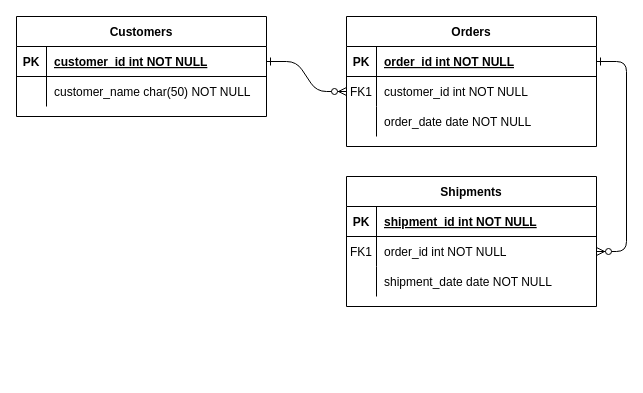
Earlier version of the draw.io diagram Untitled Diagram.drawio (jocamp11/BUS393ERDHW1). Source tidied: cells renumbered, new cells numbered last; positions are measured from the earlier drawing's top-left corner, leaving out a move shared by most shapes. Both pictures are drawn from the tidied source at 100%, with x=0, y=0 at pixel (16, 16).
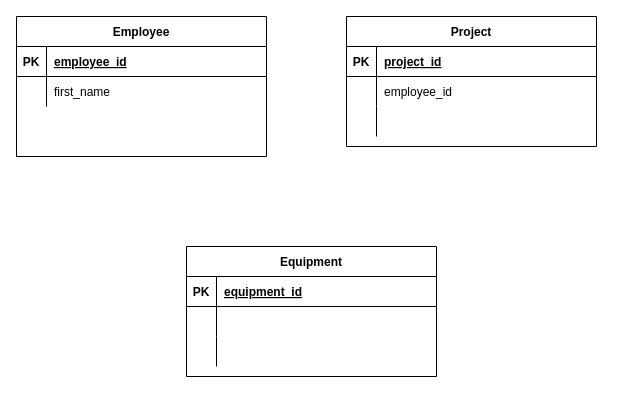
Above is the later version.

The change refers to these unchanged cells:
```xml
<mxCell id="5" style="shape=partialRectangle;fillColor=none;points=[[0,0.5],[1,0.5]];portConstraint=eastwest;top=0;left=0;right=0;bottom=1;" parent="4" vertex="1">
  <mxGeometry y="30" width="250" height="30" as="geometry" />
</mxCell>
<mxCell id="8" style="shape=partialRectangle;fillColor=none;points=[[0,0.5],[1,0.5]];portConstraint=eastwest;top=0;left=0;right=0;bottom=0;" parent="4" vertex="1">
  <mxGeometry y="60" width="250" height="30" as="geometry" />
</mxCell>
<mxCell id="11" style="shape=partialRectangle;fillColor=none;top=0;left=0;right=0;bottom=0;" parent="4" vertex="1">
  <mxGeometry y="90" width="250" height="30" as="geometry" />
</mxCell>
<mxCell id="15" style="shape=partialRectangle;fillColor=none;top=0;left=0;right=0;bottom=1;" parent="14" vertex="1">
  <mxGeometry y="30" width="250" height="30" as="geometry" />
</mxCell>
<mxCell id="18" style="shape=partialRectangle;fillColor=none;points=[[0,0.5],[1,0.5]];portConstraint=eastwest;top=0;left=0;right=0;bottom=0;" parent="14" vertex="1">
  <mxGeometry y="60" width="250" height="30" as="geometry" />
</mxCell>
<mxCell id="21" style="shape=partialRectangle;fillColor=none;top=0;left=0;right=0;bottom=0;" parent="14" vertex="1">
  <mxGeometry y="90" width="250" height="30" as="geometry" />
</mxCell>
<mxCell id="25" style="shape=partialRectangle;fillColor=none;points=[[0,0.5],[1,0.5]];portConstraint=eastwest;top=0;left=0;right=0;bottom=1;" parent="24" vertex="1">
  <mxGeometry y="30" width="250" height="30" as="geometry" />
</mxCell>
<mxCell id="28" style="shape=partialRectangle;fillColor=none;top=0;left=0;right=0;bottom=0;" parent="24" vertex="1">
  <mxGeometry y="60" width="250" height="30" as="geometry" />
</mxCell>
```

The edit, as a diff of the source:
```diff
@@
-    <mxCell id="2" style="edgeStyle=entityRelationEdgeStyle;endArrow=ERzeroToMany;startArrow=ERone;endFill=1;startFill=0;" parent="1" edge="1" source="25" target="8">
-      <mxGeometry relative="1" as="geometry" />
-    </mxCell>
-    <mxCell id="3" style="edgeStyle=entityRelationEdgeStyle;endArrow=ERzeroToMany;startArrow=ERone;endFill=1;startFill=0;" parent="1" edge="1" source="5" target="18">
-      <mxGeometry relative="1" as="geometry" />
-    </mxCell>
-    <mxCell id="4" value="Orders" style="shape=table;startSize=30;childLayout=tableLayout;rowLines=0;fontStyle=1;align=center;" parent="1" vertex="1">
+    <mxCell id="4" value="Project" style="shape=table;startSize=30;childLayout=tableLayout;rowLines=0;fontStyle=1;align=center;" parent="1" vertex="1">
       <mxGeometry x="330" width="250" height="130" as="geometry" />
     </mxCell>
@@
-    <mxCell id="7" value="order_id int NOT NULL " style="shape=partialRectangle;overflow=hidden;fillColor=none;top=0;left=0;bottom=0;right=0;align=left;spacingLeft=6;fontStyle=5;" parent="5" vertex="1">
+    <mxCell id="7" value="project_id" style="shape=partialRectangle;overflow=hidden;fillColor=none;top=0;left=0;bottom=0;right=0;align=left;spacingLeft=6;fontStyle=5;" parent="5" vertex="1">
       <mxGeometry x="30" width="220" height="30" as="geometry" />
     </mxCell>
@@
-    <mxCell id="9" value="FK1" style="shape=partialRectangle;overflow=hidden;fillColor=none;top=0;left=0;bottom=0;right=0;" parent="8" vertex="1">
+    <mxCell id="9" style="shape=partialRectangle;overflow=hidden;fillColor=none;top=0;left=0;bottom=0;right=0;" parent="8" vertex="1">
       <mxGeometry width="30" height="30" as="geometry" />
     </mxCell>
-    <mxCell id="10" value="customer_id int NOT NULL" style="shape=partialRectangle;overflow=hidden;fillColor=none;top=0;left=0;bottom=0;right=0;align=left;spacingLeft=6;" parent="8" vertex="1">
+    <mxCell id="10" value="employee_id" style="shape=partialRectangle;overflow=hidden;fillColor=none;top=0;left=0;bottom=0;right=0;align=left;spacingLeft=6;" parent="8" vertex="1">
       <mxGeometry x="30" width="220" height="30" as="geometry" />
     </mxCell>
@@
-    <mxCell id="13" value="order_date date NOT NULL" style="shape=partialRectangle;overflow=hidden;fillColor=none;top=0;left=0;bottom=0;right=0;align=left;spacingLeft=6;" parent="11" vertex="1">
+    <mxCell id="13" style="shape=partialRectangle;overflow=hidden;fillColor=none;top=0;left=0;bottom=0;right=0;align=left;spacingLeft=6;" parent="11" vertex="1">
       <mxGeometry x="30" width="220" height="30" as="geometry" />
     </mxCell>
-    <mxCell id="14" value="Shipments" style="shape=table;startSize=30;childLayout=tableLayout;rowLines=0;fontStyle=1;align=center;" parent="1" vertex="1">
-      <mxGeometry x="330" y="160" width="250" height="130" as="geometry" />
+    <mxCell id="14" value="Equipment" style="shape=table;startSize=30;childLayout=tableLayout;rowLines=0;fontStyle=1;align=center;" parent="1" vertex="1">
+      <mxGeometry x="170" y="230" width="250" height="130" as="geometry" />
     </mxCell>
@@
-    <mxCell id="17" value="shipment_id int NOT NULL " style="shape=partialRectangle;overflow=hidden;fillColor=none;top=0;left=0;bottom=0;right=0;align=left;spacingLeft=6;fontStyle=5;" parent="15" vertex="1">
+    <mxCell id="17" value="equipment_id" style="shape=partialRectangle;overflow=hidden;fillColor=none;top=0;left=0;bottom=0;right=0;align=left;spacingLeft=6;fontStyle=5;" parent="15" vertex="1">
       <mxGeometry x="30" width="220" height="30" as="geometry" />
     </mxCell>
@@
-    <mxCell id="19" value="FK1" style="shape=partialRectangle;overflow=hidden;fillColor=none;top=0;left=0;bottom=0;right=0;" parent="18" vertex="1">
+    <mxCell id="19" style="shape=partialRectangle;overflow=hidden;fillColor=none;top=0;left=0;bottom=0;right=0;" parent="18" vertex="1">
       <mxGeometry width="30" height="30" as="geometry" />
     </mxCell>
-    <mxCell id="20" value="order_id int NOT NULL" style="shape=partialRectangle;overflow=hidden;fillColor=none;top=0;left=0;bottom=0;right=0;align=left;spacingLeft=6;" parent="18" vertex="1">
+    <mxCell id="20" style="shape=partialRectangle;overflow=hidden;fillColor=none;top=0;left=0;bottom=0;right=0;align=left;spacingLeft=6;" parent="18" vertex="1">
       <mxGeometry x="30" width="220" height="30" as="geometry" />
     </mxCell>
@@
-    <mxCell id="23" value="shipment_date date NOT NULL" style="shape=partialRectangle;overflow=hidden;fillColor=none;top=0;left=0;bottom=0;right=0;align=left;spacingLeft=6;" parent="21" vertex="1">
+    <mxCell id="23" style="shape=partialRectangle;overflow=hidden;fillColor=none;top=0;left=0;bottom=0;right=0;align=left;spacingLeft=6;" parent="21" vertex="1">
       <mxGeometry x="30" width="220" height="30" as="geometry" />
     </mxCell>
-    <mxCell id="24" value="Customers" style="shape=table;startSize=30;childLayout=tableLayout;rowLines=0;fontStyle=1;align=center;" parent="1" vertex="1">
-      <mxGeometry width="250" height="100" as="geometry" />
+    <mxCell id="24" value="Employee" style="shape=table;startSize=30;childLayout=tableLayout;rowLines=0;fontStyle=1;align=center;" parent="1" vertex="1">
+      <mxGeometry width="250" height="140" as="geometry" />
     </mxCell>
@@
-    <mxCell id="27" value="customer_id int NOT NULL " style="shape=partialRectangle;overflow=hidden;fillColor=none;top=0;left=0;bottom=0;right=0;align=left;spacingLeft=6;fontStyle=5;" parent="25" vertex="1">
+    <mxCell id="27" value="employee_id" style="shape=partialRectangle;overflow=hidden;fillColor=none;top=0;left=0;bottom=0;right=0;align=left;spacingLeft=6;fontStyle=5;" parent="25" vertex="1">
       <mxGeometry x="30" width="220" height="30" as="geometry" />
     </mxCell>
@@
-    <mxCell id="30" value="customer_name char(50) NOT NULL" style="shape=partialRectangle;overflow=hidden;fillColor=none;top=0;left=0;bottom=0;right=0;align=left;spacingLeft=6;" parent="28" vertex="1">
+    <mxCell id="30" value="first_name" style="shape=partialRectangle;overflow=hidden;fillColor=none;top=0;left=0;bottom=0;right=0;align=left;spacingLeft=6;" parent="28" vertex="1">
       <mxGeometry x="30" width="220" height="30" as="geometry" />
     </mxCell>
```
